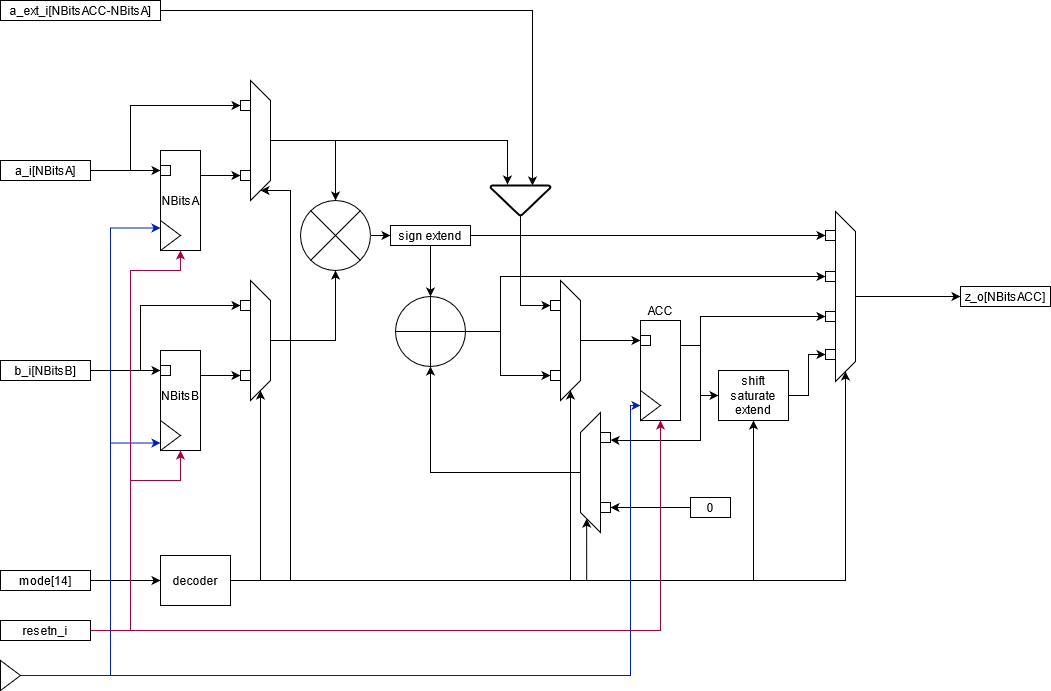
This is dsp_type1.png from timsaxe/diagrams, a draw.io export, as it was before one commit. Source tidied: cells renumbered, new cells last; positions are measured from the earlier drawing's top-left corner, leaving out a move shared by most shapes.
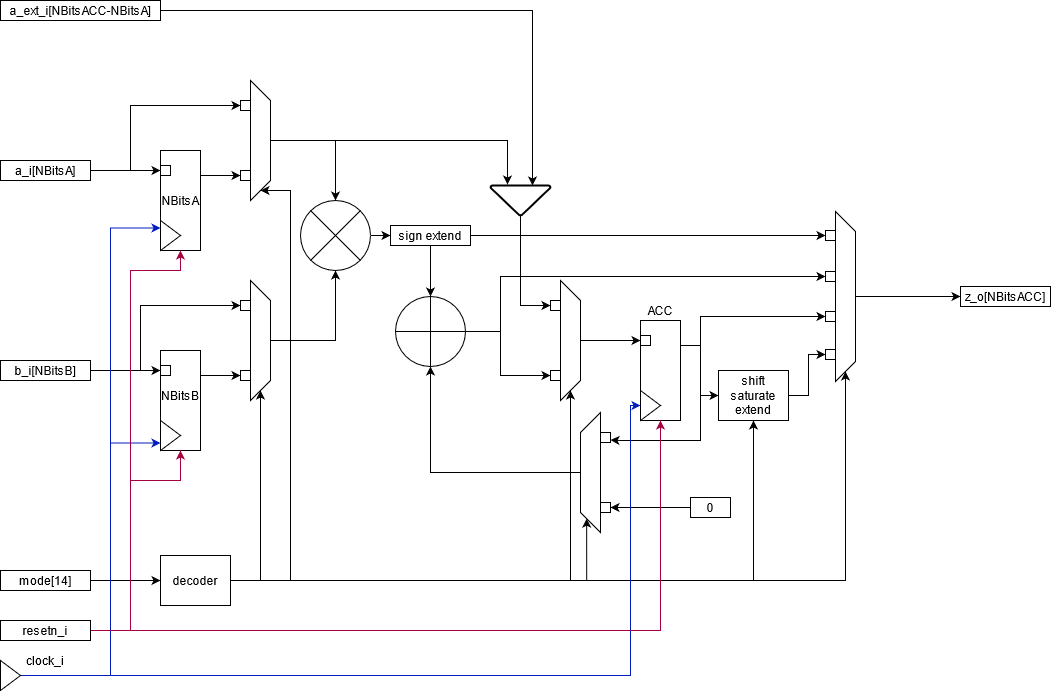
Later version of the same file.

Diff of the diagram source:
```diff
@@ -337,5 +337,8 @@
     <mxCell id="89" value="resetn_i" style="text;html=1;align=center;verticalAlign=middle;whiteSpace=wrap;rounded=0;strokeColor=#000000;" parent="1" vertex="1">
       <mxGeometry y="620" width="90" height="20" as="geometry" />
     </mxCell>
+    <mxCell id="90" value="clock_i" style="text;html=1;strokeColor=none;fillColor=none;align=center;verticalAlign=middle;whiteSpace=wrap;rounded=0;" parent="1" vertex="1">
+      <mxGeometry x="25" y="650" width="40" height="20" as="geometry" />
+    </mxCell>
   </root>
 </mxGraphModel>
```
